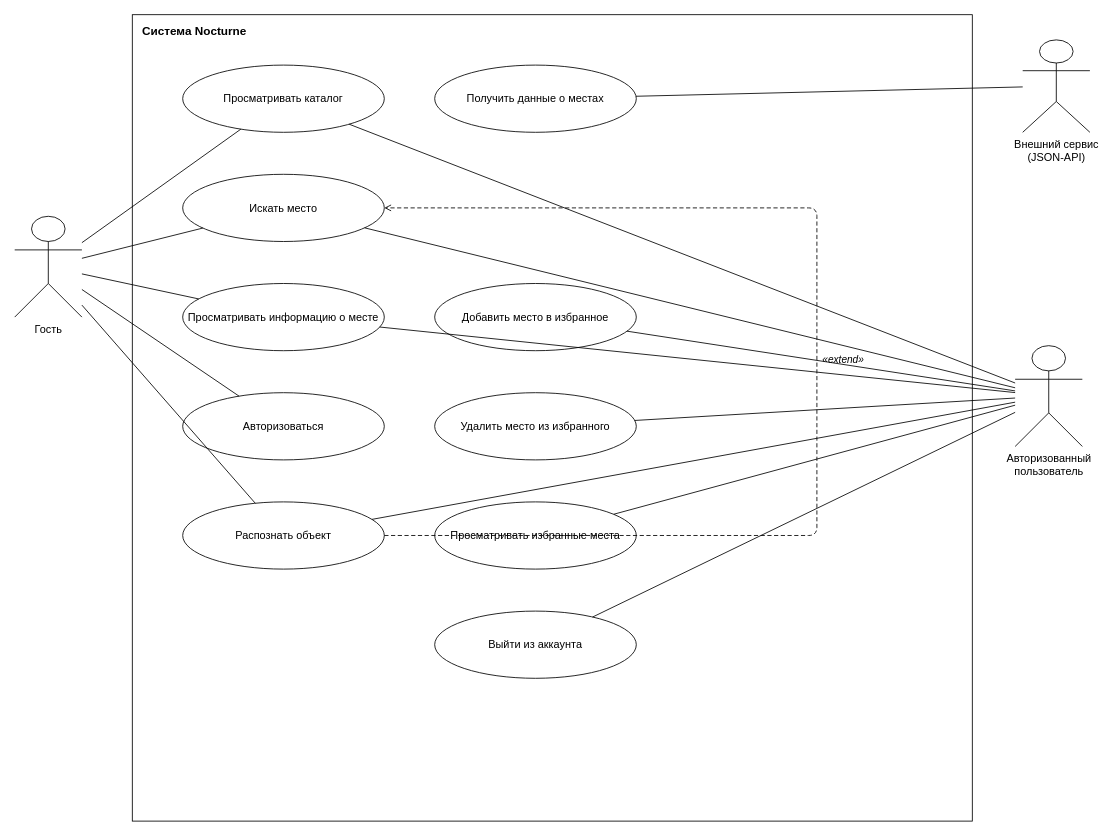
This is Nocturne/diagrams/Nocturne_UseCase.drawio from AnnaShelmo/mobile-development, a draw.io file, before an edit. Source tidied: cells renumbered, new cells numbered last; positions are measured from the earlier drawing's top-left corner, leaving out a move shared by most shapes. Both pictures are drawn from the tidied source at 84%, with x=0, y=0 at pixel (14, 14).
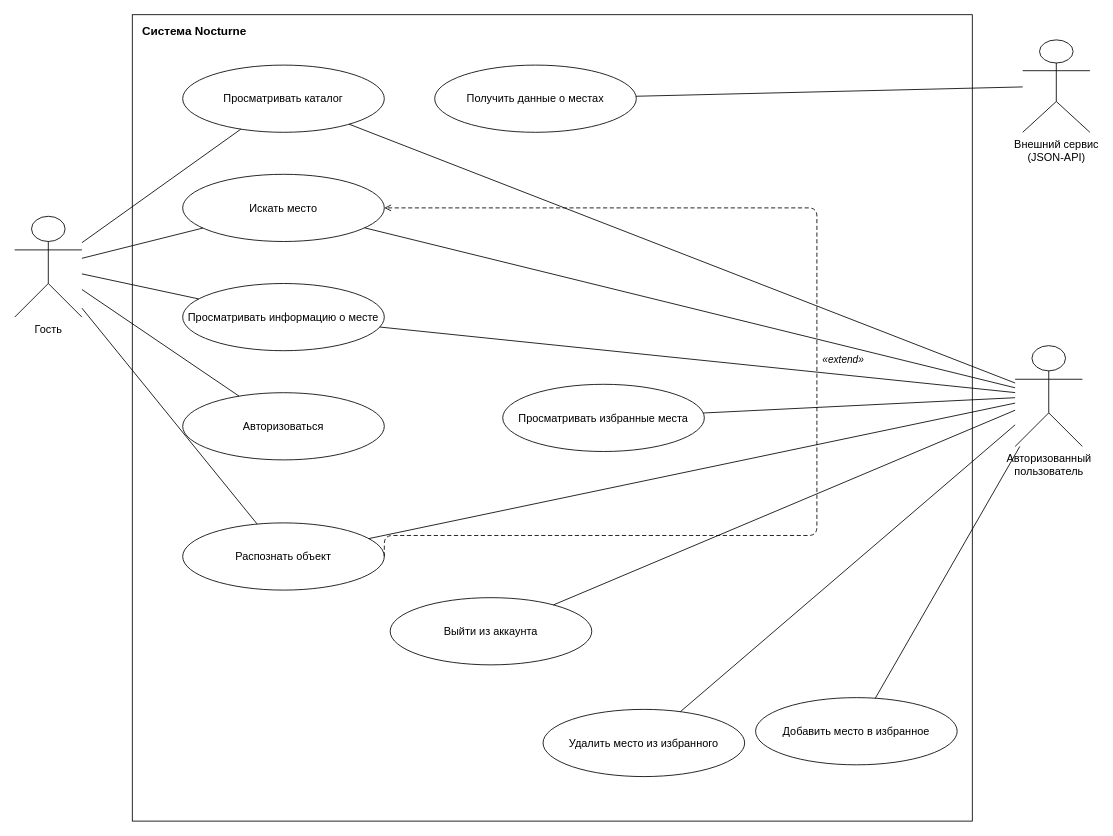
The same page after the edit.

Unchanged cells that the change refers to:
```xml
<mxCell id="8" value="Искать место" style="ellipse;whiteSpace=wrap;html=1;fillColor=none;strokeColor=#000000;fontSize=13;" parent="1" vertex="1">
  <mxGeometry x="200" y="190" width="240" height="80" as="geometry" />
</mxCell>
```

The edit, as a diff of the source:
```diff
@@
     <mxCell id="11" value="Распознать объект" style="ellipse;whiteSpace=wrap;html=1;fillColor=none;strokeColor=#000000;fontSize=13;" parent="1" vertex="1">
-      <mxGeometry x="200" y="580" width="240" height="80" as="geometry" />
+      <mxGeometry x="200" y="605" width="240" height="80" as="geometry" />
     </mxCell>
@@
     <mxCell id="13" value="Добавить место в избранное" style="ellipse;whiteSpace=wrap;html=1;fillColor=none;strokeColor=#000000;fontSize=13;" parent="1" vertex="1">
-      <mxGeometry x="500" y="320" width="240" height="80" as="geometry" />
+      <mxGeometry x="882" y="813" width="240" height="80" as="geometry" />
     </mxCell>
     <mxCell id="14" value="Удалить место из избранного" style="ellipse;whiteSpace=wrap;html=1;fillColor=none;strokeColor=#000000;fontSize=13;" parent="1" vertex="1">
-      <mxGeometry x="500" y="450" width="240" height="80" as="geometry" />
+      <mxGeometry x="629" y="827" width="240" height="80" as="geometry" />
     </mxCell>
-    <mxCell id="15" value="Просматривать избранные места" style="ellipse;whiteSpace=wrap;html=1;fillColor=none;strokeColor=#000000;fontSize=13;" parent="1" vertex="1">
-      <mxGeometry x="500" y="580" width="240" height="80" as="geometry" />
-    </mxCell>
     <mxCell id="16" value="Выйти из аккаунта" style="ellipse;whiteSpace=wrap;html=1;fillColor=none;strokeColor=#000000;fontSize=13;" parent="1" vertex="1">
-      <mxGeometry x="500" y="710" width="240" height="80" as="geometry" />
+      <mxGeometry x="447" y="694" width="240" height="80" as="geometry" />
     </mxCell>
@@
+    <mxCell id="32" value="«extend»" style="text;html=1;align=left;verticalAlign=middle;fontStyle=2;fontSize=12;" parent="1" vertex="1">
+      <mxGeometry x="960" y="400" width="70" height="22" as="geometry" />
+    </mxCell>
-    <mxCell id="31" style="edgeStyle=orthogonalEdgeStyle;html=1;dashed=1;endArrow=open;dashPattern=5 3;strokeColor=#000000;exitX=1;exitY=0.5;entryX=1;entryY=0.5;" parent="1" edge="1" source="11" target="8">
-      <mxGeometry relative="1" as="geometry">
+    <mxCell id="31" style="edgeStyle=orthogonalEdgeStyle;html=1;dashed=1;endArrow=open;dashPattern=5 3;strokeColor=#000000;exitX=1;exitY=0.5;entryX=1;entryY=0.5;entryDx=0;entryDy=0;" parent="1" edge="1" source="11" target="8">
+      <mxGeometry x="-0.47" relative="1" as="geometry">
         <Array as="points">
+          <mxPoint x="440" y="620" />
           <mxPoint x="955" y="620" />
           <mxPoint x="955" y="230" />
         </Array>
       </mxGeometry>
     </mxCell>
-    <mxCell id="32" value="«extend»" style="text;html=1;align=left;verticalAlign=middle;fontStyle=2;fontSize=12;" parent="1" vertex="1">
-      <mxGeometry x="960" y="400" width="70" height="22" as="geometry" />
-    </mxCell>
+    <mxCell id="15" value="Просматривать избранные места" style="ellipse;whiteSpace=wrap;html=1;fillColor=none;strokeColor=#000000;fontSize=13;" parent="1" vertex="1">
+      <mxGeometry x="581" y="440" width="240" height="80" as="geometry" />
+    </mxCell>
```
